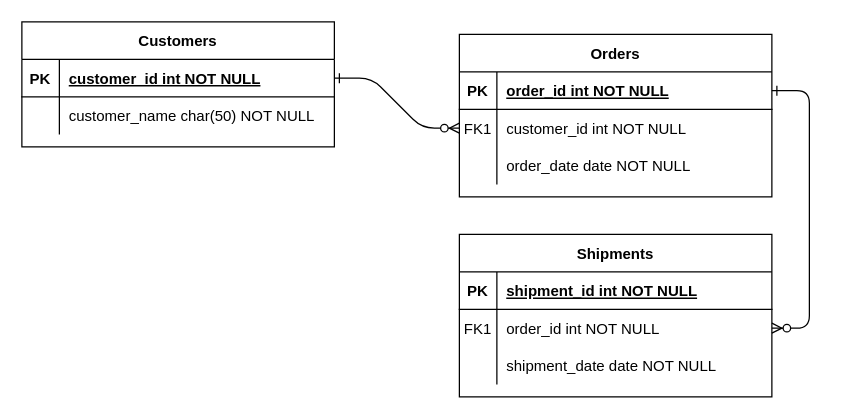
The draw.io diagram DM Phrase 1.drawio in jiawenoh/ISSS615-DM, before the edit. Source tidied: cells renumbered, new cells numbered last; positions are measured from the earlier drawing's top-left corner, leaving out a move shared by most shapes. Both pictures are drawn from the tidied source at 125%, with x=0, y=0 at pixel (21, 21).
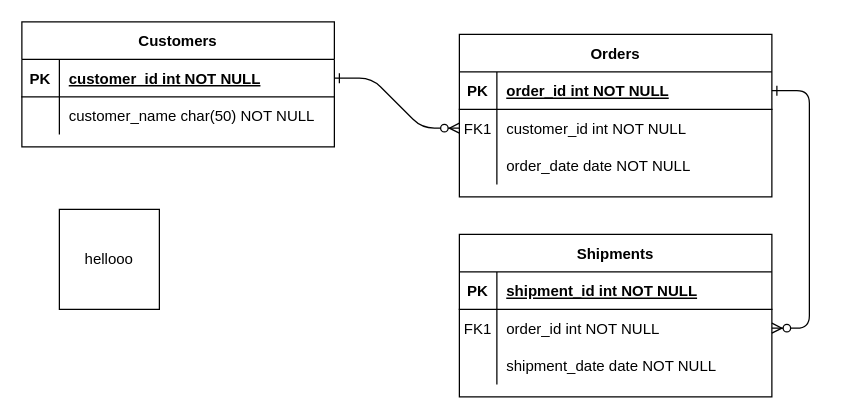
The same page after the edit.

The edit, as a diff of the source:
```diff
@@
+    <mxCell id="31" value="hellooo" style="whiteSpace=wrap;html=1;" parent="1" vertex="1">
+      <mxGeometry x="30" y="150" width="80" height="80" as="geometry" />
+    </mxCell>
```
